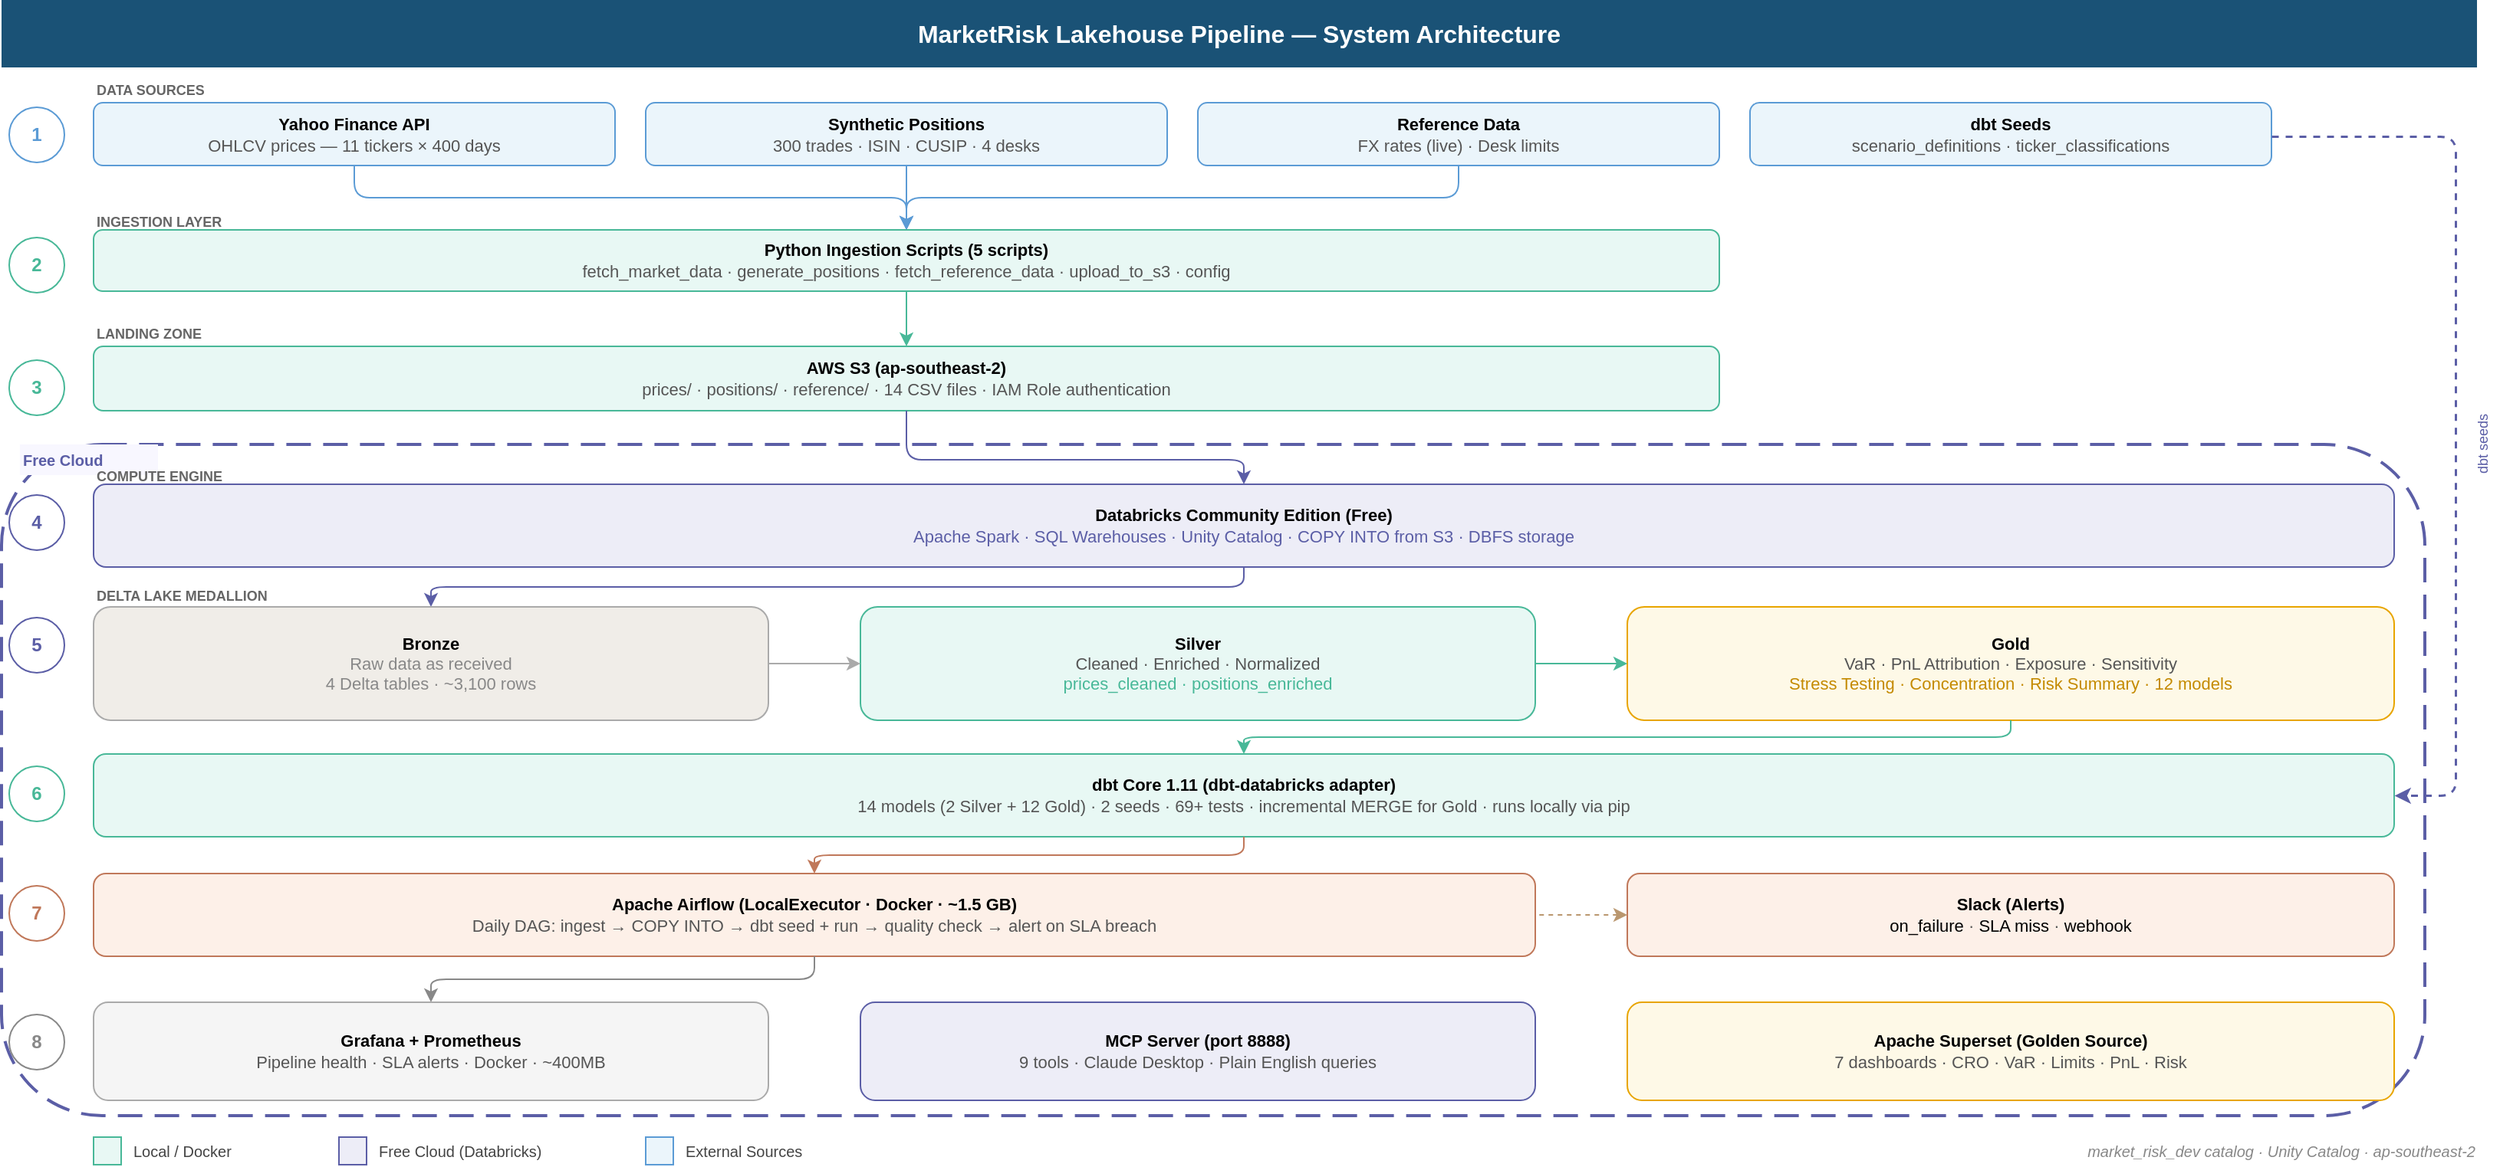
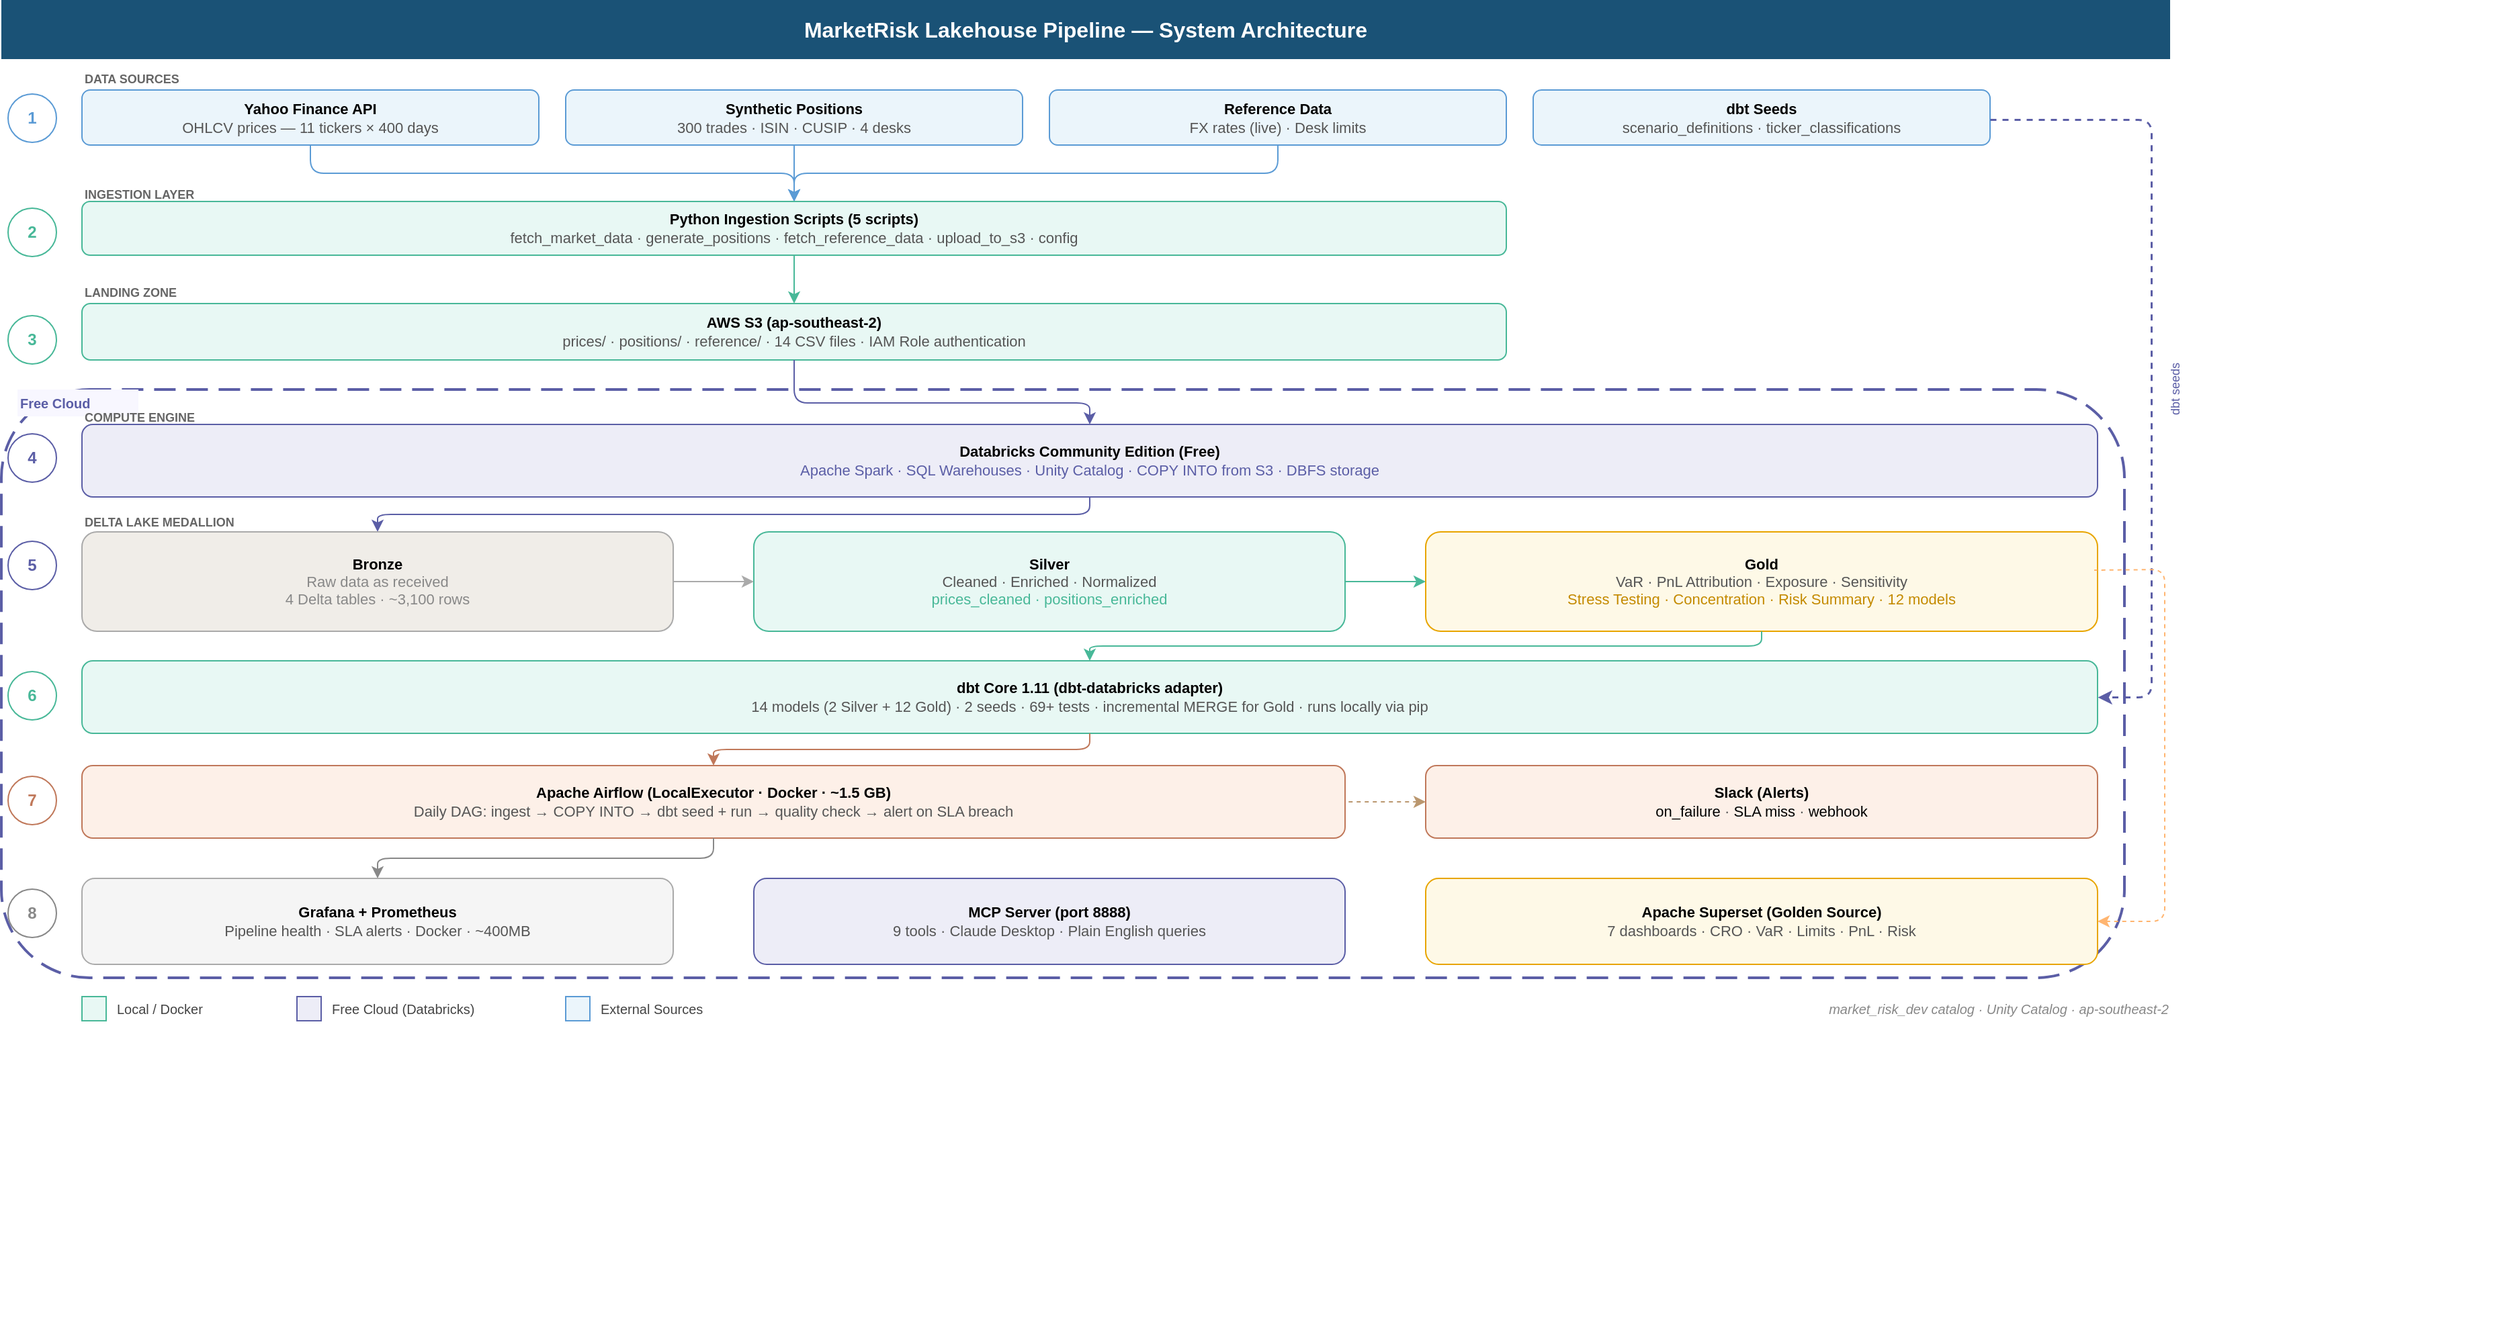
<mxfile host="app.diagrams.net">
  <diagram name="Page-1" id="po-H6u1wcmltaI0Lt180">
-     <mxGraphModel dx="1219" dy="603" grid="1" gridSize="10" guides="1" tooltips="1" connect="1" arrows="1" fold="1" page="1" pageScale="1" pageWidth="850" pageHeight="1100" math="0" shadow="0">
+     <mxGraphModel dx="2056" dy="1018" grid="1" gridSize="10" guides="1" tooltips="1" connect="1" arrows="1" fold="1" page="1" pageScale="1" pageWidth="850" pageHeight="1100" math="0" shadow="0">
      <root>
        <mxCell id="0" />
        <mxCell id="1" parent="0" />
        <mxCell id="title" parent="1" style="text;html=1;strokeColor=none;fillColor=#1A5276;align=center;verticalAlign=middle;whiteSpace=wrap;rounded=0;fontColor=#FFFFFF;fontSize=16;fontStyle=1;" value="MarketRisk Lakehouse Pipeline — System Architecture" vertex="1">
          <mxGeometry height="44" width="1614" x="20" y="10" as="geometry" />
        </mxCell>
        <mxCell id="lbl1" parent="1" style="text;html=1;strokeColor=none;fillColor=none;align=left;verticalAlign=middle;fontStyle=1;fontSize=9;fontColor=#666666;" value="DATA SOURCES" vertex="1">
          <mxGeometry height="20" width="160" x="80" y="59" as="geometry" />
        </mxCell>
        <mxCell id="c1" parent="1" style="ellipse;whiteSpace=wrap;html=1;fillColor=#FFFFFF;strokeColor=#5B9BD5;fontColor=#5B9BD5;fontSize=12;fontStyle=1;" value="1" vertex="1">
          <mxGeometry height="36" width="36" x="25" y="80" as="geometry" />
        </mxCell>
        <mxCell id="src1" parent="1" style="rounded=1;whiteSpace=wrap;html=1;fillColor=#EBF5FB;strokeColor=#5B9BD5;fontSize=11;verticalAlign=middle;" value="&lt;b&gt;Yahoo Finance API&lt;/b&gt;&lt;br&gt;&lt;font color=&#39;#555555&#39;&gt;OHLCV prices — 11 tickers × 400 days&lt;/font&gt;" vertex="1">
          <mxGeometry height="41" width="340" x="80" y="77" as="geometry" />
        </mxCell>
        <mxCell id="src2" parent="1" style="rounded=1;whiteSpace=wrap;html=1;fillColor=#EBF5FB;strokeColor=#5B9BD5;fontSize=11;verticalAlign=middle;" value="&lt;b&gt;Synthetic Positions&lt;/b&gt;&lt;br&gt;&lt;font color=&#39;#555555&#39;&gt;300 trades · ISIN · CUSIP · 4 desks&lt;/font&gt;" vertex="1">
          <mxGeometry height="41" width="340" x="440" y="77" as="geometry" />
        </mxCell>
        <mxCell id="src3" parent="1" style="rounded=1;whiteSpace=wrap;html=1;fillColor=#EBF5FB;strokeColor=#5B9BD5;fontSize=11;verticalAlign=middle;" value="&lt;b&gt;Reference Data&lt;/b&gt;&lt;br&gt;&lt;font color=&#39;#555555&#39;&gt;FX rates (live) · Desk limits&lt;/font&gt;" vertex="1">
          <mxGeometry height="41" width="340" x="800" y="77" as="geometry" />
        </mxCell>
        <mxCell id="src4" parent="1" style="rounded=1;whiteSpace=wrap;html=1;fillColor=#EBF5FB;strokeColor=#5B9BD5;fontSize=11;verticalAlign=middle;" value="&lt;b&gt;dbt Seeds&lt;/b&gt;&lt;br&gt;&lt;font color=&#39;#555555&#39;&gt;scenario_definitions · ticker_classifications&lt;/font&gt;" vertex="1">
          <mxGeometry height="41" width="340" x="1160" y="77" as="geometry" />
        </mxCell>
        <mxCell id="a1" edge="1" parent="1" source="src1" style="edgeStyle=orthogonalEdgeStyle;strokeColor=#5B9BD5;" target="ing1">
          <mxGeometry relative="1" as="geometry" />
        </mxCell>
        <mxCell id="a2" edge="1" parent="1" source="src2" style="edgeStyle=orthogonalEdgeStyle;strokeColor=#5B9BD5;" target="ing1">
          <mxGeometry relative="1" as="geometry" />
        </mxCell>
        <mxCell id="a3" edge="1" parent="1" source="src3" style="edgeStyle=orthogonalEdgeStyle;strokeColor=#5B9BD5;" target="ing1">
          <mxGeometry relative="1" as="geometry" />
        </mxCell>
        <mxCell id="seeds_line" edge="1" parent="1" source="src4" style="edgeStyle=orthogonalEdgeStyle;dashed=1;strokeColor=#5B5EA6;strokeWidth=1.5;entryX=1;entryY=0.5;entryDx=0;entryDy=0;" target="dbt1">
          <mxGeometry relative="1" as="geometry">
            <Array as="points">
              <mxPoint x="1560" y="99" />
              <mxPoint x="1620" y="99" />
              <mxPoint x="1620" y="560" />
            </Array>
          </mxGeometry>
        </mxCell>
        <mxCell id="seeds_lbl" parent="1" style="text;html=1;strokeColor=none;fillColor=none;align=center;verticalAlign=middle;fontSize=9;fontColor=#5B5EA6;rotation=-90;" value="dbt seeds" vertex="1">
          <mxGeometry height="20" width="60" x="1608" y="290" as="geometry" />
        </mxCell>
        <mxCell id="lbl2" parent="1" style="text;html=1;strokeColor=none;fillColor=none;align=left;verticalAlign=middle;fontStyle=1;fontSize=9;fontColor=#666666;" value="INGESTION LAYER" vertex="1">
          <mxGeometry height="20" width="160" x="80" y="145" as="geometry" />
        </mxCell>
        <mxCell id="c2" parent="1" style="ellipse;whiteSpace=wrap;html=1;fillColor=#FFFFFF;strokeColor=#48B898;fontColor=#48B898;fontSize=12;fontStyle=1;" value="2" vertex="1">
          <mxGeometry height="36" width="36" x="25" y="165" as="geometry" />
        </mxCell>
        <mxCell id="ing1" parent="1" style="rounded=1;whiteSpace=wrap;html=1;fillColor=#E8F8F4;strokeColor=#48B898;fontSize=11;verticalAlign=middle;" value="&lt;b&gt;Python Ingestion Scripts (5 scripts)&lt;/b&gt;&lt;br&gt;&lt;font color=&#39;#555555&#39;&gt;fetch_market_data · generate_positions · fetch_reference_data · upload_to_s3 · config&lt;/font&gt;" vertex="1">
          <mxGeometry height="40" width="1060" x="80" y="160" as="geometry" />
        </mxCell>
        <mxCell id="a4" edge="1" parent="1" source="ing1" style="edgeStyle=orthogonalEdgeStyle;strokeColor=#48B898;" target="s3">
          <mxGeometry relative="1" as="geometry" />
        </mxCell>
        <mxCell id="lbl3" parent="1" style="text;html=1;strokeColor=none;fillColor=none;align=left;verticalAlign=middle;fontStyle=1;fontSize=9;fontColor=#666666;" value="LANDING ZONE" vertex="1">
          <mxGeometry height="20" width="160" x="80" y="218" as="geometry" />
        </mxCell>
        <mxCell id="c3" parent="1" style="ellipse;whiteSpace=wrap;html=1;fillColor=#FFFFFF;strokeColor=#48B898;fontColor=#48B898;fontSize=12;fontStyle=1;" value="3" vertex="1">
          <mxGeometry height="36" width="36" x="25" y="245" as="geometry" />
        </mxCell>
        <mxCell id="s3" parent="1" style="rounded=1;whiteSpace=wrap;html=1;fillColor=#E8F8F4;strokeColor=#48B898;fontSize=11;verticalAlign=middle;" value="&lt;b&gt;AWS S3 (ap-southeast-2)&lt;/b&gt;&lt;br&gt;&lt;font color=&#39;#555555&#39;&gt;prices/ · positions/ · reference/ · 14 CSV files · IAM Role authentication&lt;/font&gt;" vertex="1">
          <mxGeometry height="42" width="1060" x="80" y="236" as="geometry" />
        </mxCell>
        <mxCell id="freecloud" parent="1" style="rounded=1;whiteSpace=wrap;html=1;fillColor=none;strokeColor=#5B5EA6;dashed=1;strokeWidth=2;dashPattern=8 4;verticalAlign=top;" value="" vertex="1">
          <mxGeometry height="438" width="1580" x="20" y="300" as="geometry" />
        </mxCell>
        <mxCell id="freecloud_lbl" parent="1" style="text;html=1;strokeColor=none;fillColor=#F8F7FF;align=left;verticalAlign=middle;fontStyle=1;fontSize=10;fontColor=#5B5EA6;" value="Free Cloud" vertex="1">
          <mxGeometry height="20" width="90" x="32" y="300" as="geometry" />
        </mxCell>
        <mxCell id="a5" edge="1" parent="1" source="s3" style="edgeStyle=orthogonalEdgeStyle;strokeColor=#5B5EA6;" target="dbx">
          <mxGeometry relative="1" as="geometry">
            <Array as="points">
              <mxPoint x="610" y="310" />
              <mxPoint x="830" y="310" />
            </Array>
          </mxGeometry>
        </mxCell>
        <mxCell id="lbl4" parent="1" style="text;html=1;strokeColor=none;fillColor=none;align=left;verticalAlign=middle;fontStyle=1;fontSize=9;fontColor=#666666;" value="COMPUTE ENGINE" vertex="1">
          <mxGeometry height="20" width="160" x="80" y="311" as="geometry" />
        </mxCell>
        <mxCell id="c4" parent="1" style="ellipse;whiteSpace=wrap;html=1;fillColor=#FFFFFF;strokeColor=#5B5EA6;fontColor=#5B5EA6;fontSize=12;fontStyle=1;" value="4" vertex="1">
          <mxGeometry height="36" width="36" x="25" y="333" as="geometry" />
        </mxCell>
        <mxCell id="dbx" parent="1" style="rounded=1;whiteSpace=wrap;html=1;fillColor=#EDEDF7;strokeColor=#5B5EA6;fontSize=11;verticalAlign=middle;" value="&lt;b&gt;Databricks Community Edition (Free)&lt;/b&gt;&lt;br&gt;&lt;font color=&#39;#5B5EA6&#39;&gt;Apache Spark · SQL Warehouses · Unity Catalog · COPY INTO from S3 · DBFS storage&lt;/font&gt;" vertex="1">
          <mxGeometry height="54" width="1500" x="80" y="326" as="geometry" />
        </mxCell>
        <mxCell id="a6" edge="1" parent="1" source="dbx" style="edgeStyle=orthogonalEdgeStyle;strokeColor=#5B5EA6;" target="bronze">
          <mxGeometry relative="1" as="geometry" />
        </mxCell>
        <mxCell id="lbl5" parent="1" style="text;html=1;strokeColor=none;fillColor=none;align=left;verticalAlign=middle;fontStyle=1;fontSize=9;fontColor=#666666;" value="DELTA LAKE MEDALLION" vertex="1">
          <mxGeometry height="20" width="200" x="80" y="389" as="geometry" />
        </mxCell>
        <mxCell id="c5" parent="1" style="ellipse;whiteSpace=wrap;html=1;fillColor=#FFFFFF;strokeColor=#5B5EA6;fontColor=#5B5EA6;fontSize=12;fontStyle=1;" value="5" vertex="1">
          <mxGeometry height="36" width="36" x="25" y="413" as="geometry" />
        </mxCell>
        <mxCell id="bronze" parent="1" style="rounded=1;whiteSpace=wrap;html=1;fillColor=#F0EDE8;strokeColor=#AAAAAA;fontSize=11;verticalAlign=middle;" value="&lt;b&gt;Bronze&lt;/b&gt;&lt;br&gt;&lt;font color=&#39;#888888&#39;&gt;Raw data as received&lt;br&gt;4 Delta tables · ~3,100 rows&lt;/font&gt;" vertex="1">
          <mxGeometry height="74" width="440" x="80" y="406" as="geometry" />
        </mxCell>
        <mxCell id="silver" parent="1" style="rounded=1;whiteSpace=wrap;html=1;fillColor=#E8F8F4;strokeColor=#48B898;fontSize=11;verticalAlign=middle;" value="&lt;b&gt;Silver&lt;/b&gt;&lt;br&gt;&lt;font color=&#39;#555555&#39;&gt;Cleaned · Enriched · Normalized&lt;br&gt;&lt;/font&gt;&lt;font color=&#39;#48B898&#39;&gt;prices_cleaned · positions_enriched&lt;/font&gt;" vertex="1">
          <mxGeometry height="74" width="440" x="580" y="406" as="geometry" />
        </mxCell>
        <mxCell id="gold" parent="1" style="rounded=1;whiteSpace=wrap;html=1;fillColor=#FEF9E7;strokeColor=#E8A500;fontSize=11;verticalAlign=middle;" value="&lt;b&gt;Gold&lt;/b&gt;&lt;br&gt;&lt;font color=&#39;#555555&#39;&gt;VaR · PnL Attribution · Exposure · Sensitivity&lt;br&gt;&lt;/font&gt;&lt;font color=&#39;#C48A00&#39;&gt;Stress Testing · Concentration · Risk Summary · 12 models&lt;/font&gt;" vertex="1">
          <mxGeometry height="74" width="500" x="1080" y="406" as="geometry" />
        </mxCell>
        <mxCell id="a7" edge="1" parent="1" source="bronze" style="edgeStyle=orthogonalEdgeStyle;strokeColor=#AAAAAA;" target="silver">
          <mxGeometry relative="1" as="geometry" />
        </mxCell>
        <mxCell id="a8" edge="1" parent="1" source="silver" style="edgeStyle=orthogonalEdgeStyle;strokeColor=#48B898;" target="gold">
          <mxGeometry relative="1" as="geometry" />
        </mxCell>
        <mxCell id="a9" edge="1" parent="1" source="gold" style="edgeStyle=orthogonalEdgeStyle;strokeColor=#48B898;" target="dbt1">
          <mxGeometry relative="1" as="geometry" />
        </mxCell>
        <mxCell id="c6" parent="1" style="ellipse;whiteSpace=wrap;html=1;fillColor=#FFFFFF;strokeColor=#48B898;fontColor=#48B898;fontSize=12;fontStyle=1;" value="6" vertex="1">
          <mxGeometry height="36" width="36" x="25" y="510" as="geometry" />
        </mxCell>
        <mxCell id="dbt1" parent="1" style="rounded=1;whiteSpace=wrap;html=1;fillColor=#E8F8F4;strokeColor=#48B898;fontSize=11;verticalAlign=middle;" value="&lt;b&gt;dbt Core 1.11 (dbt-databricks adapter)&lt;/b&gt;&lt;br&gt;&lt;font color=&#39;#555555&#39;&gt;14 models (2 Silver + 12 Gold) · 2 seeds · 69+ tests · incremental MERGE for Gold · runs locally via pip&lt;/font&gt;" vertex="1">
          <mxGeometry height="54" width="1500" x="80" y="502" as="geometry" />
        </mxCell>
        <mxCell id="a10" edge="1" parent="1" source="dbt1" style="edgeStyle=orthogonalEdgeStyle;strokeColor=#C0785A;" target="airflow">
          <mxGeometry relative="1" as="geometry" />
        </mxCell>
        <mxCell id="c7" parent="1" style="ellipse;whiteSpace=wrap;html=1;fillColor=#FFFFFF;strokeColor=#C0785A;fontColor=#C0785A;fontSize=12;fontStyle=1;" value="7" vertex="1">
          <mxGeometry height="36" width="36" x="25" y="588" as="geometry" />
        </mxCell>
        <mxCell id="airflow" parent="1" style="rounded=1;whiteSpace=wrap;html=1;fillColor=#FDF0E8;strokeColor=#C0785A;fontSize=11;verticalAlign=middle;" value="&lt;b&gt;Apache Airflow (LocalExecutor · Docker · ~1.5 GB)&lt;/b&gt;&lt;br&gt;&lt;font color=&#39;#555555&#39;&gt;Daily DAG: ingest → COPY INTO → dbt seed + run → quality check → alert on SLA breach&lt;/font&gt;" vertex="1">
          <mxGeometry height="54" width="940" x="80" y="580" as="geometry" />
        </mxCell>
        <mxCell id="a11" edge="1" parent="1" source="airflow" style="edgeStyle=orthogonalEdgeStyle;strokeColor=#888888;" target="grafana">
          <mxGeometry relative="1" as="geometry" />
        </mxCell>
        <mxCell id="c8" parent="1" style="ellipse;whiteSpace=wrap;html=1;fillColor=#FFFFFF;strokeColor=#888888;fontColor=#888888;fontSize=12;fontStyle=1;" value="8" vertex="1">
          <mxGeometry height="36" width="36" x="25" y="672" as="geometry" />
        </mxCell>
        <mxCell id="grafana" parent="1" style="rounded=1;whiteSpace=wrap;html=1;fillColor=#F5F5F5;strokeColor=#AAAAAA;fontSize=11;verticalAlign=middle;" value="&lt;b&gt;Grafana + Prometheus&lt;/b&gt;&lt;br&gt;&lt;font color=&#39;#555555&#39;&gt;Pipeline health · SLA alerts · Docker · ~400MB&lt;/font&gt;" vertex="1">
          <mxGeometry height="64" width="440" x="80" y="664" as="geometry" />
        </mxCell>
        <mxCell id="mcp" parent="1" style="rounded=1;whiteSpace=wrap;html=1;fillColor=#EDEDF7;strokeColor=#5B5EA6;fontSize=11;verticalAlign=middle;" value="&lt;b&gt;MCP Server (port 8888)&lt;/b&gt;&lt;br&gt;&lt;font color=&#39;#555555&#39;&gt;9 tools · Claude Desktop · Plain English queries&lt;/font&gt;" vertex="1">
          <mxGeometry height="64" width="440" x="580" y="664" as="geometry" />
        </mxCell>
        <mxCell id="superset" parent="1" style="rounded=1;whiteSpace=wrap;html=1;fillColor=#FEF9E7;strokeColor=#E8A500;fontSize=11;verticalAlign=middle;" value="&lt;b&gt;Apache Superset (Golden Source)&lt;/b&gt;&lt;br&gt;&lt;font color=&#39;#555555&#39;&gt;7 dashboards · CRO · VaR · Limits · PnL · Risk&lt;/font&gt;" vertex="1">
          <mxGeometry height="64" width="500" x="1080" y="664" as="geometry" />
        </mxCell>
        <mxCell id="leg1" parent="1" style="rounded=0;whiteSpace=wrap;html=1;fillColor=#E8F8F4;strokeColor=#48B898;fontSize=10;" value="" vertex="1">
          <mxGeometry height="18" width="18" x="80" y="752" as="geometry" />
        </mxCell>
        <mxCell id="leg1_lbl" parent="1" style="text;html=1;strokeColor=none;fillColor=none;align=left;verticalAlign=middle;fontSize=10;fontColor=#444444;" value="Local / Docker" vertex="1">
          <mxGeometry height="18" width="120" x="104" y="752" as="geometry" />
        </mxCell>
        <mxCell id="leg2" parent="1" style="rounded=0;whiteSpace=wrap;html=1;fillColor=#EDEDF7;strokeColor=#5B5EA6;fontSize=10;" value="" vertex="1">
          <mxGeometry height="18" width="18" x="240" y="752" as="geometry" />
        </mxCell>
        <mxCell id="leg2_lbl" parent="1" style="text;html=1;strokeColor=none;fillColor=none;align=left;verticalAlign=middle;fontSize=10;fontColor=#444444;" value="Free Cloud (Databricks)" vertex="1">
          <mxGeometry height="18" width="160" x="264" y="752" as="geometry" />
        </mxCell>
        <mxCell id="leg3" parent="1" style="rounded=0;whiteSpace=wrap;html=1;fillColor=#EBF5FB;strokeColor=#5B9BD5;fontSize=10;" value="" vertex="1">
          <mxGeometry height="18" width="18" x="440" y="752" as="geometry" />
        </mxCell>
        <mxCell id="leg3_lbl" parent="1" style="text;html=1;strokeColor=none;fillColor=none;align=left;verticalAlign=middle;fontSize=10;fontColor=#444444;" value="External Sources" vertex="1">
          <mxGeometry height="18" width="120" x="464" y="752" as="geometry" />
        </mxCell>
        <mxCell id="catalog_lbl" parent="1" style="text;html=1;strokeColor=none;fillColor=light-dark(transparent,#FFCE9F);align=right;verticalAlign=middle;fontSize=10;fontColor=#888888;fontStyle=2;" value="market_risk_dev catalog · Unity Catalog · ap-southeast-2" vertex="1">
          <mxGeometry height="18" width="534" x="1100" y="752" as="geometry" />
        </mxCell>
        <mxCell id="rIJoxFYRSa3bUiQYa9Iy-3" parent="1" style="rounded=1;whiteSpace=wrap;html=1;fillColor=#FDF0E8;strokeColor=#C0785A;fontSize=11;verticalAlign=middle;" value="&lt;b&gt;Slack (Alerts)&lt;/b&gt;&lt;div&gt;on_failure&lt;span style=&quot;color: rgb(85, 85, 85);&quot;&gt; · &lt;/span&gt;SLA miss&lt;span style=&quot;color: rgb(85, 85, 85);&quot;&gt; · &lt;/span&gt;webhook&lt;/div&gt;" vertex="1">
          <mxGeometry height="54" width="500" x="1080" y="580" as="geometry" />
        </mxCell>
        <mxCell id="rIJoxFYRSa3bUiQYa9Iy-10" edge="1" parent="1" source="rIJoxFYRSa3bUiQYa9Iy-3" style="endArrow=none;dashed=1;html=1;rounded=0;startArrow=classic;startFill=1;fillColor=light-dark(#FFFFFF,#FFCE9F);entryX=1;entryY=0.5;entryDx=0;entryDy=0;exitX=0;exitY=0.5;exitDx=0;exitDy=0;strokeColor=#BA976F;" target="airflow" value="">
          <mxGeometry height="50" relative="1" width="50" as="geometry">
            <mxPoint x="1020" y="664" as="sourcePoint" />
            <mxPoint x="1070" y="614" as="targetPoint" />
          </mxGeometry>
        </mxCell>
+         <mxCell id="LpnrR4VyJ4t2RWEORNXh-1" edge="1" parent="1" source="superset" style="endArrow=none;dashed=1;html=1;rounded=1;startArrow=classic;startFill=1;fillColor=light-dark(#FFFFFF,#FFCE9F);entryX=0.995;entryY=0.385;entryDx=0;entryDy=0;strokeColor=#FFB570;entryPerimeter=0;curved=0;exitX=1;exitY=0.5;exitDx=0;exitDy=0;fontStyle=1" target="gold" value="">
+           <mxGeometry height="50" relative="1" width="50" as="geometry">
+             <Array as="points">
+               <mxPoint x="1630" y="696" />
+               <mxPoint x="1630" y="434" />
+             </Array>
+             <mxPoint x="1640" y="610" as="sourcePoint" />
+             <mxPoint x="1570" y="630" as="targetPoint" />
+           </mxGeometry>
+         </mxCell>
+         <mxCell id="LpnrR4VyJ4t2RWEORNXh-2" parent="1" style="shape=stencil(lVfbcttACP0avTJ7g2Wf0/Q/MhOn1tS1M47TNn8fVHUVgyUyeZMtjoDDOWg15LuX/cPzbkjh5XI+/dz9GR8v+yF/G1Iaj/vdebzI1ZDvh3z3dDrvfpxPr8fH+ffzwxQ5Xf06/Z6e8HfGxQSlTKgU3v7/AyH/++P7HH8Yj1fxcruSikdodTs+B0hVPz8AkQNgKDpBRMgOADMwKkAqwG0bQATMCpDlEU4PlSBpQImQeRvAqd9eAOwDCJoGYIUQtwEtQtRNU4VUHECBGhWgCsBhqTFQUAAufTLrgAacNKACeSU1aDpD87UnJXHWgNLVtQ4gqAbwCa0iBM2S5PTk3YKd9NQVupPmYAHssMQZCtqSPAOx+Es7TmjA5MibraWFBnJ6EOU0PemJBqckyZD0HD4Evw5ovcUFkLtptxwXDEAs6gyOEWLTfmjdIesAYSlYQPAMlCChBaCnJbSTlh7cDDKHG5YwuI7DYueAjvhiCBDMFlhcu5UiGwflPvytJtB4lCB6NBW778UQxdG3bBU0+pZRe5YTXrU2rnhYR5TusKsU0TNpvAFUyJ5JW9/WV7uPvJfWlwFo14DwUL2SYl/vi8DR1QZxX+/LS6tAdDJQhqBHjaV7ZP0sgEBafaV2264CSu6WXM4C7GojCa2apbQoft1Csr9107H119h6SXYxxdIHs16R7UAykvP8aHUhR0BPqgGKplQOcN4MbjcGoLO5JVyXT0BuOGnfFPftGa0ecmd3g0tr/H4e2BgV6fAA1alddq0N9xYd34Z7O0jGgmzivQPeV0/+n8fLxcdnxtN4OMxfKdf37WeJ/DV/0uT7dw==);lineShape=1;strokeColor=light-dark(transparent,#FFB570);" value="" vertex="1">
+           <mxGeometry height="118.5059393633378" width="112.2339953937933" x="1563.4225182869968" y="426.3926690543965" as="geometry" />
+         </mxCell>
+         <mxCell id="LpnrR4VyJ4t2RWEORNXh-3" parent="1" style="shape=stencil(fVbZcsIwDPyavGpky+czpf/BDKFkSoEBev195WZwkEn0lsPraLWrjTtaXfebc99ZvN4up/f+e9je9h29dNYOx31/GW581dG6o9XudOnfLqfP43a8P2/KynL1cfoqO/yMuBTA+IKy+Ds+MQm8/X/yOgIOw/EBkD2YJABkALMCyBCtADgPKakAQgEIBsgrAIIcBSDyF+IyIDmwEpAiZFoGRAPWCUAO9y1mAZ5fS9IGERCXEQ4hSdY5QXTLABvAZwmwEBQSxgM2rC1YRbkILkgdEiTFGg68tJInCMr6AEE2lZJajyHwRgD4k05hXF5LBryFU77ABZCUjWs0isxMUFLmHigFlQZKytxjxdksEEnGk4jzo2Dbnk42mQewyRoG1YjzIkw+rjKz2RXSZVSkCtM4zbOuw1iNygOrJMY07nUUaiTM68CB0sxzDZ15a9fIegBExdtTKFYAB6dSUondhjRHs9KlAnBPAMVMBu/TVXWIapdcG3psX1QqwntePRgjB219YyTuMin1WEBpVSI1tQNEqZml+3gv5Utups2pEvB+KDVjwsp6rjdIxlbdn/uBMo70fwj3O7TrgyJAiE+/ZjVd2C9BOog9hcJyfDEdNXbD4TCeVB7ft0cTfjQea2j9Bw==);lineShape=1;strokeColor=light-dark(transparent,#FFB570);" value="" vertex="1">
+           <mxGeometry height="16.969255819914224" width="16.97273028473319" x="1573.3344097104032" y="428.838081951978" as="geometry" />
+         </mxCell>
+         <mxCell id="LpnrR4VyJ4t2RWEORNXh-4" parent="1" style="shape=stencil(fVbZcsIwDPyavGpky+czpf/BDKFkSoEBev195WZwkEn0lsPraLWrjTtaXfebc99ZvN4up/f+e9je9h29dNYOx31/GW581dG6o9XudOnfLqfP43a8P2/KynL1cfoqO/yMuBTA+IKy+Ds+MQm8/X/yOgIOw/EBkD2YJABkALMCyBCtADgPKakAQgEIBsgrAIIcBSDyF+IyIDmwEpAiZFoGRAPWCUAO9y1mAZ5fS9IGERCXEQ4hSdY5QXTLABvAZwmwEBQSxgM2rC1YRbkILkgdEiTFGg68tJInCMr6AEE2lZJajyHwRgD4k05hXF5LBryFU77ABZCUjWs0isxMUFLmHigFlQZKytxjxdksEEnGk4jzo2Dbnk42mQewyRoG1YjzIkw+rjKz2RXSZVSkCtM4zbOuw1iNygOrJMY07nUUaiTM68CB0sxzDZ15a9fIegBExdtTKFYAB6dSUondhjRHs9KlAnBPAMVMBu/TVXWIapdcG3psX1QqwntePRgjB219YyTuMin1WEBpVSI1tQNEqZml+3gv5Utups2pEvB+KDVjwsp6rjdIxlbdn/uBMo70fwj3O7TrgyJAiE+/ZjVd2C9BOog9hcJyfDEdNXbD4TCeVB7ft0cTfjQea2j9Bw==);lineShape=1;strokeColor=light-dark(transparent,#FFB570);" value="" vertex="1">
+           <mxGeometry height="16.969255819914224" width="16.97273028473319" x="1739.5844097104032" y="382.588081951978" as="geometry" />
+         </mxCell>
+         <mxCell id="LpnrR4VyJ4t2RWEORNXh-5" parent="1" style="shape=stencil(rVfbbtswDP0avxISdSH13HX/UaDpYixLijTd5e9Hz5BjyhaLAntzVZ3wdnhIDeHh7fj0ehjQvd2ul++HX+Pz7TiELwPieD4eruNNvobwOISHl8v18O16eT8/z3+/Pk03p68fl5/TL/yeccgQ4oRC92c+CUD47+DrfP80nlf3Q4Ls1H3vwYU+IBIkUgBEKL4PSAg5a0CBbAGodSlkCNQHZASPChAl6GwAUvW4ApID5D6AEKLOavaQjBiIwekskW2BA7B2iSTRRuGKg5QUgCMEw0LJgEEDhCvFAJRKhAoQmzH1Ad45cLpyBc1CTCZ0ECXVxHWDYA0g8NEAeCgNgIGMIDi37BMnybDADnLRHXTPwz45InBpTSQDkAuwa4MIFkAIrvkqibPYlKVhmloLm4w0CSBuSu2MjsgRiu4ILnaTMqDOEhOwEQOF6sACyNXJXpNmnSVO9WS/1BESfwYgDYMbl8wmjW3hJGiymnSbpVJL2Wu5lnxLi/QATdATNSxloiorK/JFK4YASU+IKSpLLBmi5pI4aVlgmUE6hg97NANtTFi6Qb4Wdi001tQicE3UImX/FeAgaPaVZRbvT14pxLYhjELIMoDaJZlalmxErKN/GaRc+bi/n1CrrkkARgzBVweWZUAU3XAJJQa9PQS7gzxXsV4WGjKlj6BobfWpmty974A1k6gedK477b8t9ZsZner21HNGOx9MVmPbmQjJ2ibbrcdDtPawusvW686k532Vvd+3GsbHlv+2SPjNlie/b3BTomuU0dnUXIR2lR5j3EjlG5lDM52ffSx8fF8+7i+Tl/F0mh826/+3Lxk5ml9B4fEv);lineShape=1;strokeColor=light-dark(transparent,#FFB570);" value="" vertex="1">
+           <mxGeometry height="159.4135901905932" width="62.807957164800996" x="1666.0724249247137" y="326.510252592469" as="geometry" />
+         </mxCell>
+         <mxCell id="LpnrR4VyJ4t2RWEORNXh-6" parent="1" style="shape=stencil(fVbZcsIwDPyavGpky+czpf/BDKFkSoEBev195WZwkEn0lsPraLWrjTtaXfebc99ZvN4up/f+e9je9h29dNYOx31/GW581dG6o9XudOnfLqfP43a8P2/KynL1cfoqO/yMuBTA+IKy+Ds+MQm8/X/yOgIOw/EBkD2YJABkALMCyBCtADgPKakAQgEIBsgrAIIcBSDyF+IyIDmwEpAiZFoGRAPWCUAO9y1mAZ5fS9IGERCXEQ4hSdY5QXTLABvAZwmwEBQSxgM2rC1YRbkILkgdEiTFGg68tJInCMr6AEE2lZJajyHwRgD4k05hXF5LBryFU77ABZCUjWs0isxMUFLmHigFlQZKytxjxdksEEnGk4jzo2Dbnk42mQewyRoG1YjzIkw+rjKz2RXSZVSkCtM4zbOuw1iNygOrJMY07nUUaiTM68CB0sxzDZ15a9fIegBExdtTKFYAB6dSUondhjRHs9KlAnBPAMVMBu/TVXWIapdcG3psX1QqwntePRgjB219YyTuMin1WEBpVSI1tQNEqZml+3gv5Utups2pEvB+KDVjwsp6rjdIxlbdn/uBMo70fwj3O7TrgyJAiE+/ZjVd2C9BOog9hcJyfDEdNXbD4TCeVB7ft0cTfjQea2j9Bw==);lineShape=1;strokeColor=light-dark(transparent,#FFB570);" value="" vertex="1">
+           <mxGeometry height="16.969255819914224" width="16.97273028473319" x="1257.0844097104032" y="873.838081951978" as="geometry" />
+         </mxCell>
+         <mxCell id="LpnrR4VyJ4t2RWEORNXh-7" parent="1" style="shape=stencil(fVbZcsIwDPyavGpky+czpf/BDKFkSoEBev195WZwkEn0lsPraLWrjTtaXfebc99ZvN4up/f+e9je9h29dNYOx31/GW581dG6o9XudOnfLqfP43a8P2/KynL1cfoqO/yMuBTA+IKy+Ds+MQm8/X/yOgIOw/EBkD2YJABkALMCyBCtADgPKakAQgEIBsgrAIIcBSDyF+IyIDmwEpAiZFoGRAPWCUAO9y1mAZ5fS9IGERCXEQ4hSdY5QXTLABvAZwmwEBQSxgM2rC1YRbkILkgdEiTFGg68tJInCMr6AEE2lZJajyHwRgD4k05hXF5LBryFU77ABZCUjWs0isxMUFLmHigFlQZKytxjxdksEEnGk4jzo2Dbnk42mQewyRoG1YjzIkw+rjKz2RXSZVSkCtM4zbOuw1iNygOrJMY07nUUaiTM68CB0sxzDZ15a9fIegBExdtTKFYAB6dSUondhjRHs9KlAnBPAMVMBu/TVXWIapdcG3psX1QqwntePRgjB219YyTuMin1WEBpVSI1tQNEqZml+3gv5Utups2pEvB+KDVjwsp6rjdIxlbdn/uBMo70fwj3O7TrgyJAiE+/ZjVd2C9BOog9hcJyfDEdNXbD4TCeVB7ft0cTfjQea2j9Bw==);lineShape=1;strokeColor=light-dark(transparent,#FFB570);" value="" vertex="1">
+           <mxGeometry height="16.969255819914224" width="16.97273028473319" x="1860.8344097104032" y="757.588081951978" as="geometry" />
+         </mxCell>
+         <mxCell id="LpnrR4VyJ4t2RWEORNXh-8" parent="1" style="shape=stencil(lVfbctpADP0av2q0q70+p+l/ZCakMKWQIaSXv69cuoYV+GDezKLj1eVIOh7k6WP98r4aPH8cD/vvq1+b1+N6kC+D95vdenXYHPVpkOdBnt72h9W3w/5z93r6/f4yWo5PP/Y/xzf8PuEClTSCPP9pB6H+O/h6Mt9udp155c7c6UmB9qWzH98f5+0jce7s5Z596P0JgXKet0/kXWcf9Ubgf6biO/ukCXPz9o6pSgfIQp4BIFLqIy5MEdzgPXFfsaJBgZBlel8DVCZBNbsGeIoBFMFTiVcAEHRSj6N16X+ib5ehEvd1KIUY8LRUqn0MRYkBADXbGIqDLtVCQSwA3lCo1h7gyYFK10ohW0AGzaCAYoIWShhgXdIsoaAVYFyKVAQCcj8AlK0FkG8M2sSQcdCa1itqSIIASRaQUAy5jZQLQEQuZfJiAQ6lVXPCNmjUogowLappDYhLicRUOpJglyz5Qpudc4BsghYMyOSCpXdALmVKpnCudflcpX2wgIypYRtIb0CA2pJ4EQOa3mM/eJslwQ1Uo62DAPI5ZmJDJt2SOIhytVEgv2v7+4KuSDUowBmXtCHwrLQ36AlqiIcBTKEfTNXBWakrKPRkqpNYmVtysQ9aCVzvrNG+5Ua2IDHGbQdOauxc/NviobZFvtAnz+T7K6rADeE0CNNzeJQlqxCzFg6wVdrOnBRZbivmtkNWakStC2g4bt01KUodlCBDbJWJKlbk/1V33lHE3PTpQsXNbdMsE/Tc+nByH+4RtmvEt4MZ89wXy0FnnN0IDMX81LBncw8y75sQP5vDXrHKBZtPY3yZM2LbBIcamsRflkil4CNlmqTxMhI8/M14x1wfzp+nb5vt9vR1e/m//ZzVo9OnsDz/BQ==);lineShape=1;strokeColor=light-dark(transparent,#FFB570);" value="" vertex="1">
+           <mxGeometry height="157.69141752718127" width="300.7377643490963" x="1305.2623229245291" y="838.6642333075431" as="geometry" />
+         </mxCell>
      </root>
    </mxGraphModel>
  </diagram>
</mxfile>
